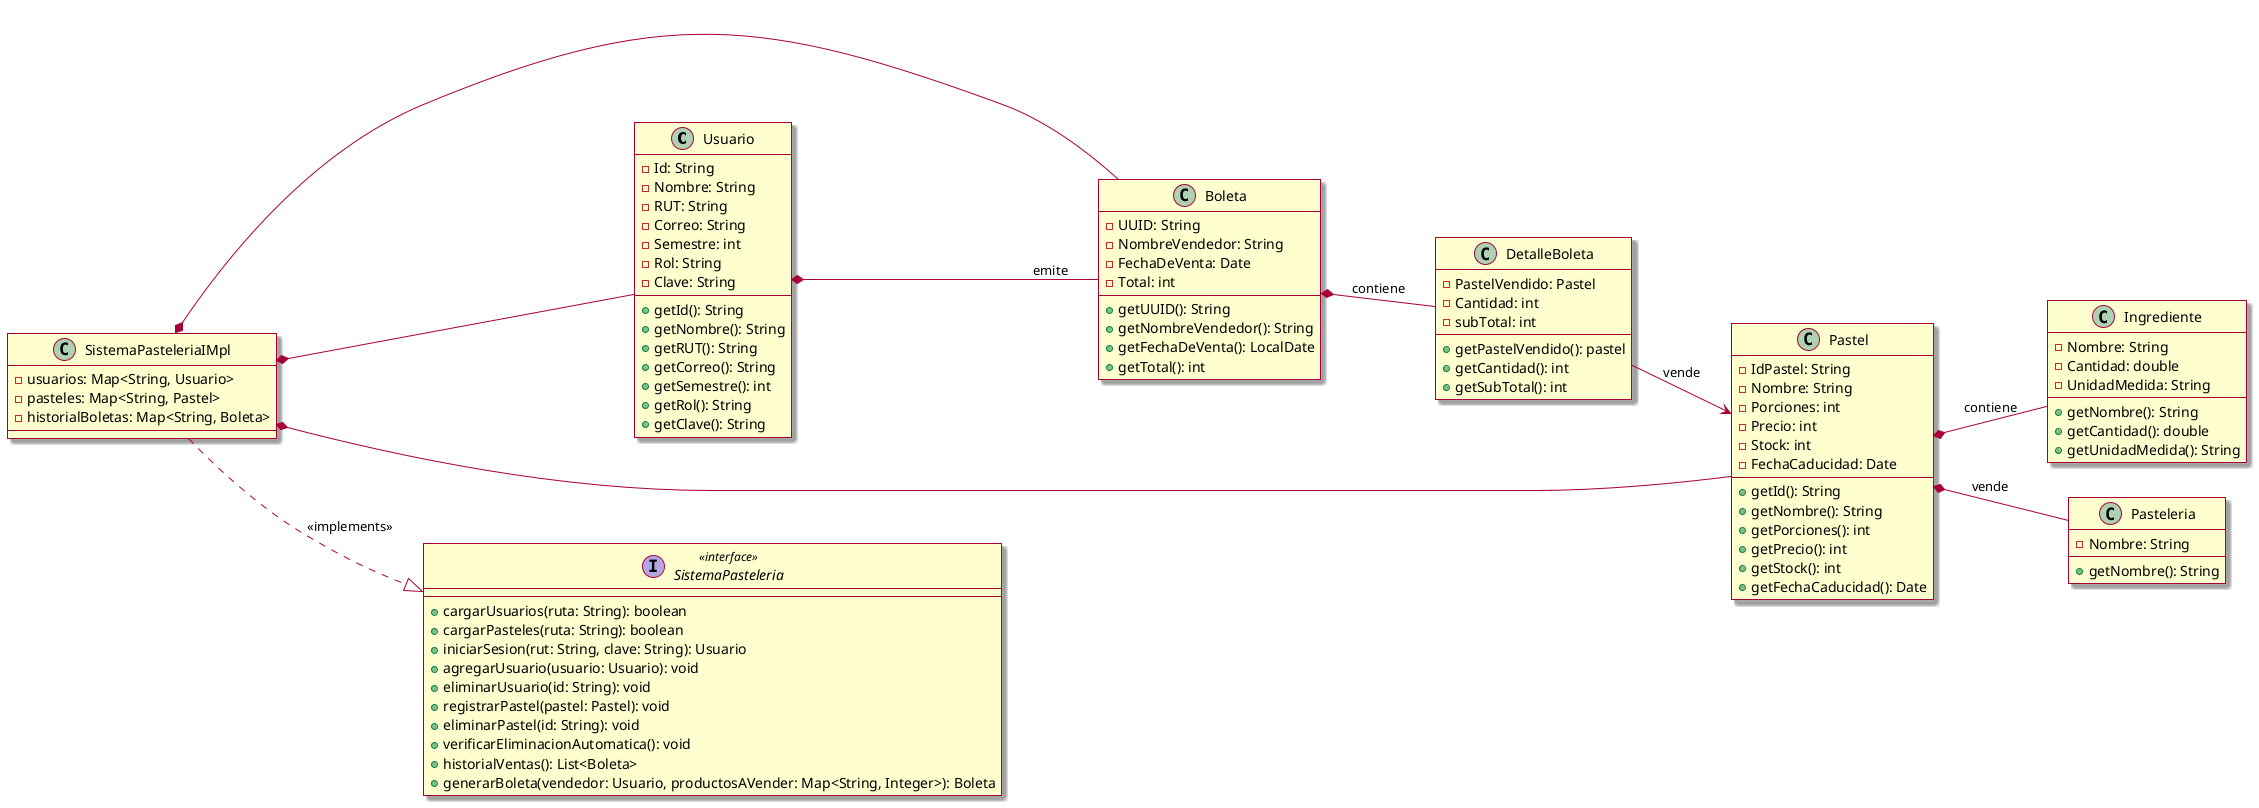
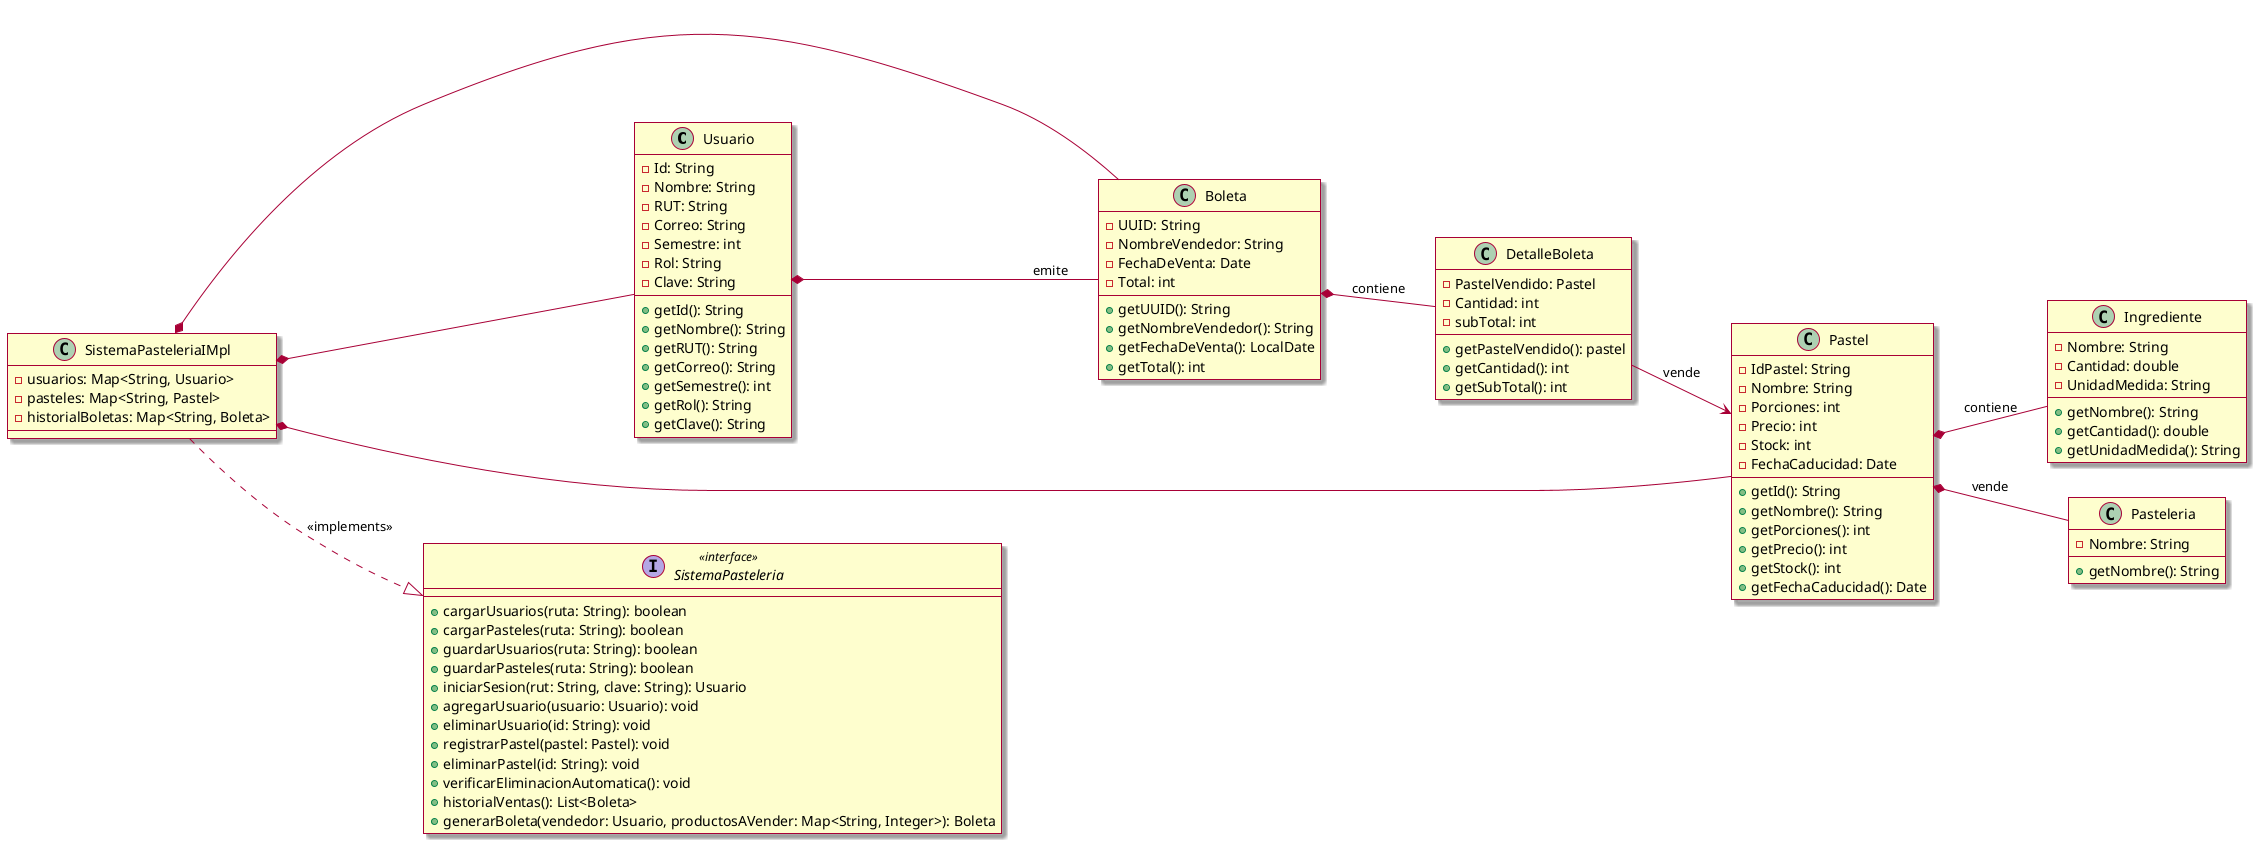
@startuml
skin rose
left to right direction

class Usuario{
    - Id: String
    - Nombre: String
    - RUT: String
    - Correo: String
    - Semestre: int
    - Rol: String
    - Clave: String

    + getId(): String
    + getNombre(): String
    + getRUT(): String
    + getCorreo(): String
    + getSemestre(): int
    + getRol(): String
    + getClave(): String
}

class Pastel{
    - IdPastel: String
    - Nombre: String
    - Porciones: int
    - Precio: int
    - Stock: int
    - FechaCaducidad: Date

    + getId(): String
    + getNombre(): String
    + getPorciones(): int
    + getPrecio(): int
    + getStock(): int
    + getFechaCaducidad(): Date
}

class Ingrediente{
    - Nombre: String
    - Cantidad: double
    - UnidadMedida: String

    + getNombre(): String
    + getCantidad(): double
    + getUnidadMedida(): String
}
class Pasteleria{
    - Nombre: String

    + getNombre(): String
}
class Boleta{
    - UUID: String
    - NombreVendedor: String
    - FechaDeVenta: Date
    - Total: int

    + getUUID(): String
    + getNombreVendedor(): String
    + getFechaDeVenta(): LocalDate
    + getTotal(): int
    }
class DetalleBoleta{
    - PastelVendido: Pastel
    - Cantidad: int
    - subTotal: int

    + getPastelVendido(): pastel
    + getCantidad(): int
    + getSubTotal(): int

}
interface SistemaPasteleria <<interface>>{
    + cargarUsuarios(ruta: String): boolean
    + cargarPasteles(ruta: String): boolean
+     + guardarUsuarios(ruta: String): boolean
+     + guardarPasteles(ruta: String): boolean
    + iniciarSesion(rut: String, clave: String): Usuario
    + agregarUsuario(usuario: Usuario): void
    + eliminarUsuario(id: String): void
    + registrarPastel(pastel: Pastel): void
    + eliminarPastel(id: String): void
    + verificarEliminacionAutomatica(): void
    + historialVentas(): List<Boleta>
    + generarBoleta(vendedor: Usuario, productosAVender: Map<String, Integer>): Boleta
}
class SistemaPasteleriaIMpl{
    - usuarios: Map<String, Usuario>
    - pasteles: Map<String, Pastel>
    - historialBoletas: Map<String, Boleta>
}
SistemaPasteleriaIMpl ..|> SistemaPasteleria: <<implements>>
SistemaPasteleriaIMpl *-- Usuario
SistemaPasteleriaIMpl *-- Pastel
SistemaPasteleriaIMpl *-- Boleta
Boleta *-- DetalleBoleta: contiene
DetalleBoleta --> Pastel: vende
Pastel *-- Ingrediente: contiene
Pastel *-- Pasteleria: vende
Usuario *-- Boleta: emite
@enduml